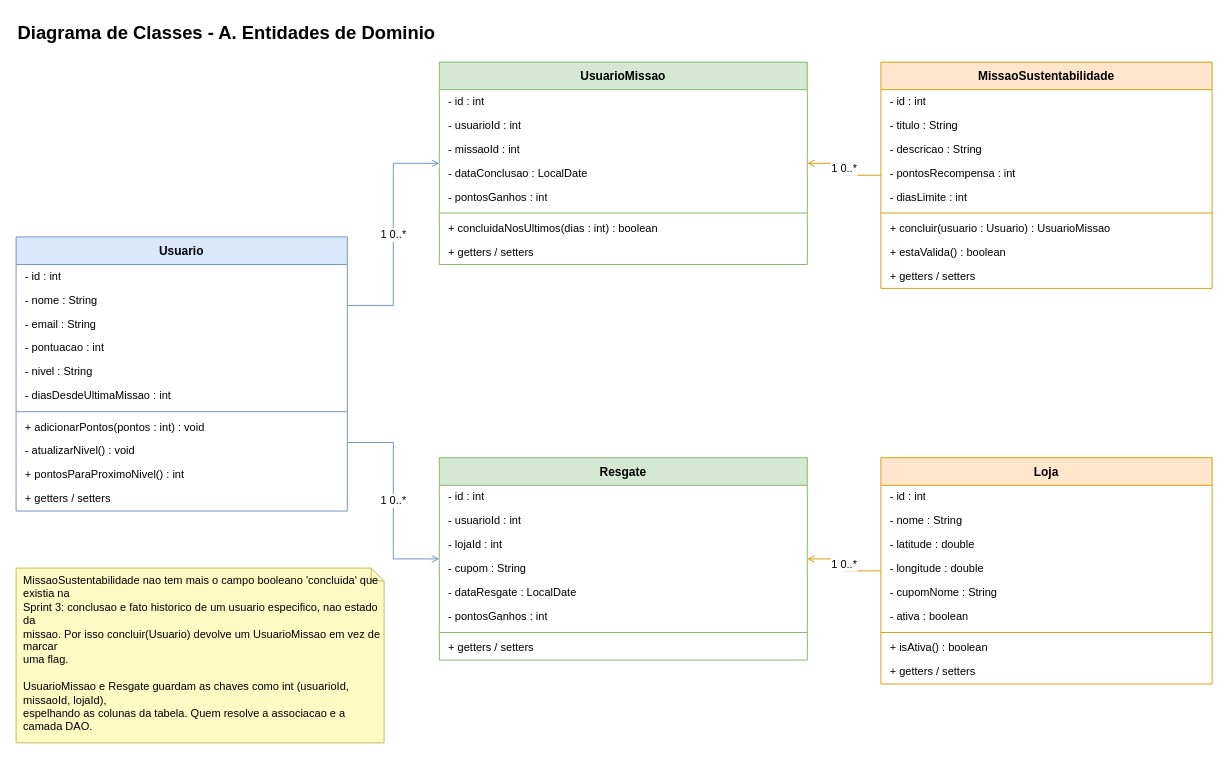
Earlier version of the draw.io diagram page "A. Entidades de Dominio" (1 of 2) of docs/diagrama-classes-sprint4.drawio (RodrigoBanharelli/spotmydeal-sprint4). Source tidied: cells renumbered, new cells numbered last; positions are measured from the earlier drawing's top-left corner, leaving out a move shared by most shapes. Both pictures are drawn from the tidied source at 92%, with x=0, y=0 at pixel (16, 16).
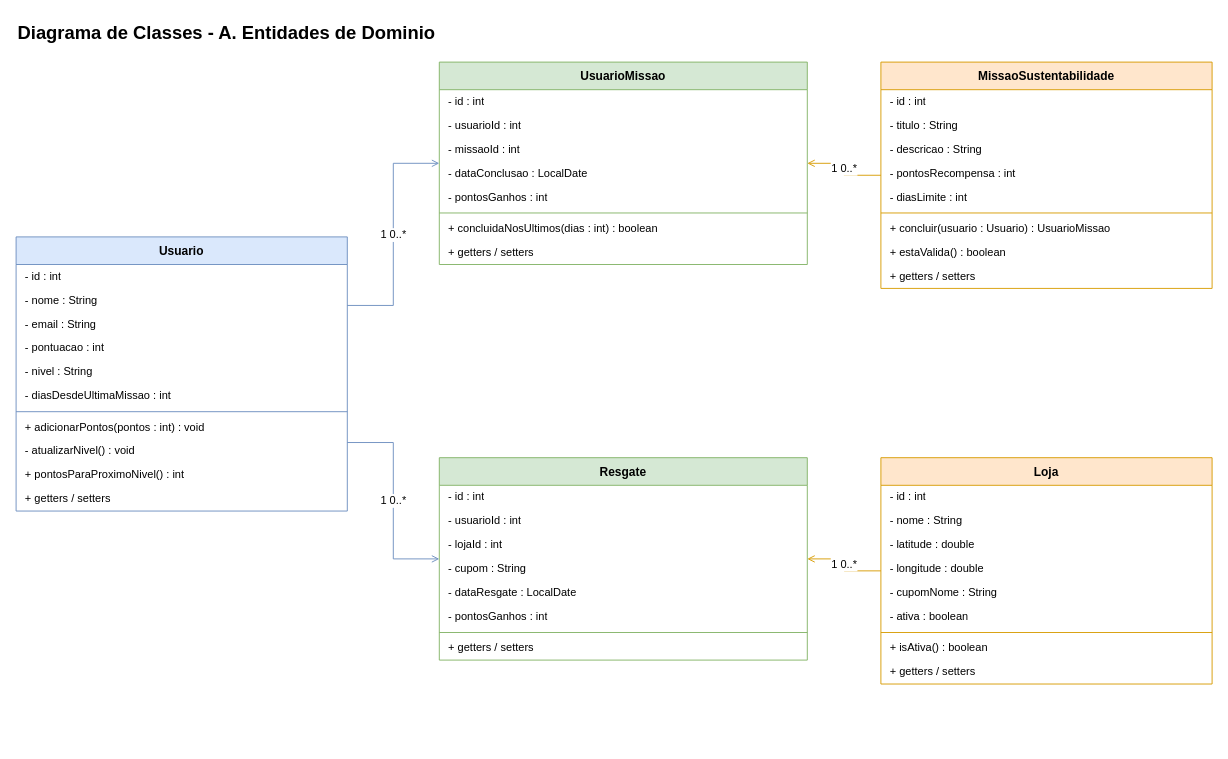
Above is the later version.

Diff of the diagram source:
```diff
@@
-    <mxCell id="57" value="MissaoSustentabilidade nao tem mais o campo booleano 'concluida' que existia na&lt;br&gt;Sprint 3: conclusao e fato historico de um usuario especifico, nao estado da&lt;br&gt;missao. Por isso concluir(Usuario) devolve um UsuarioMissao em vez de marcar&lt;br&gt;uma flag.&lt;br&gt;&lt;br&gt;UsuarioMissao e Resgate guardam as chaves como int (usuarioId, missaoId, lojaId),&lt;br&gt;espelhando as colunas da tabela. Quem resolve a associacao e a camada DAO." style="shape=note;whiteSpace=wrap;html=1;size=14;verticalAlign=top;align=left;fontSize=12;fillColor=#FFF9C4;strokeColor=#C9B458;spacingLeft=6;" parent="1" vertex="1">
-      <mxGeometry y="600" width="400" height="190" as="geometry" />
-    </mxCell>
```
